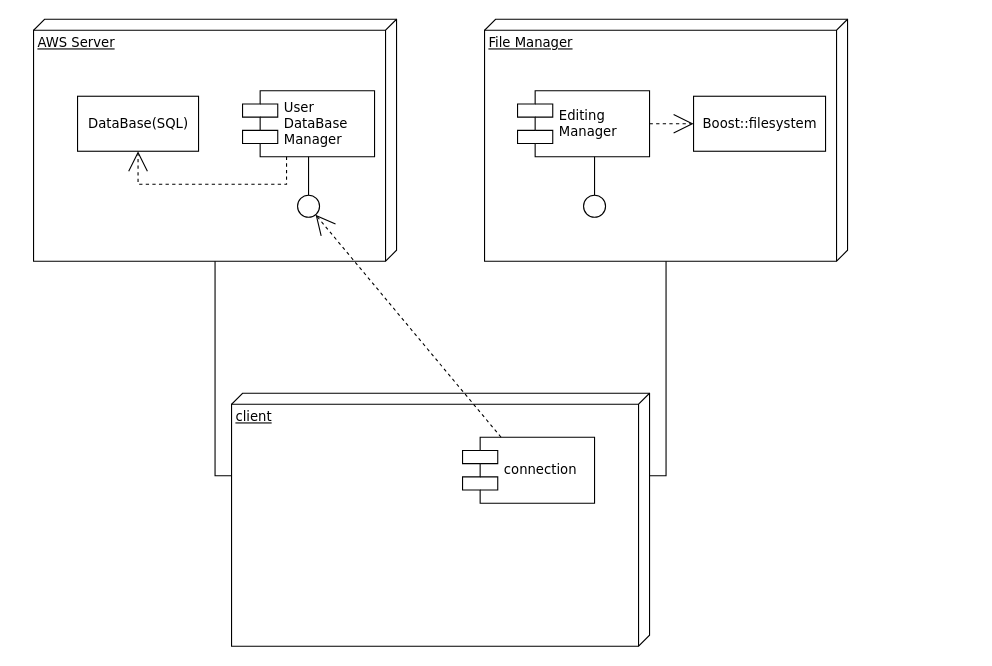
avnogy/netext keeps this draw.io diagram as modules.drawio. Above is the earlier version. Source tidied: cells renumbered, new cells numbered last; positions are measured from the earlier drawing's top-left corner, leaving out a move shared by most shapes. Both pictures are drawn from the tidied source at 110%, with x=0, y=0 at pixel (33, 19).
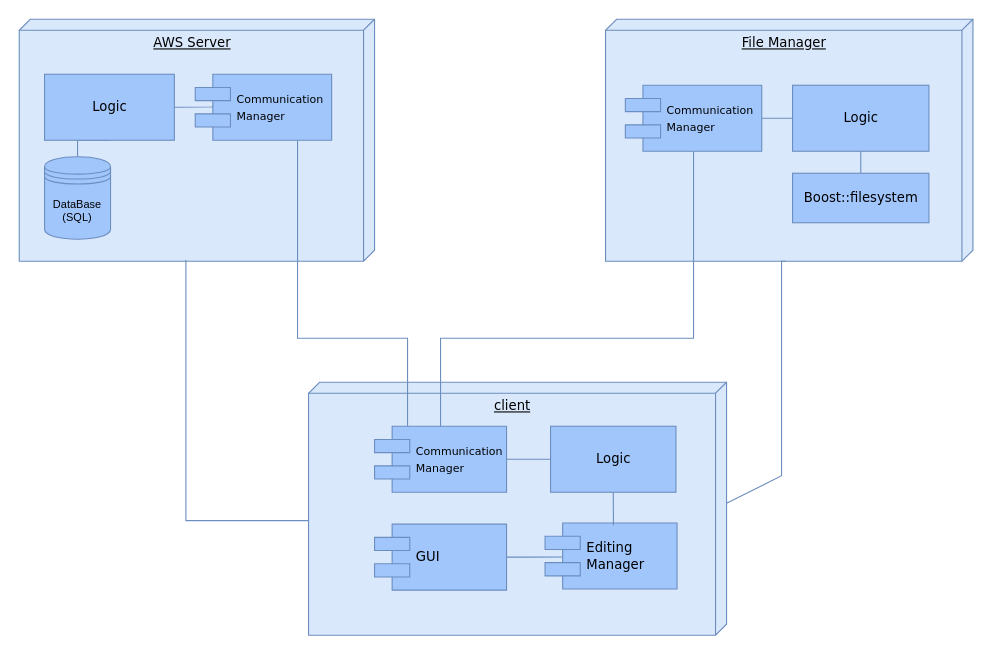
After the change.

What changed in the source:
```diff
@@
-    <mxCell id="2" value="AWS Server" style="verticalAlign=top;align=left;spacingTop=8;spacingLeft=2;spacingRight=12;shape=cube;size=10;direction=south;fontStyle=4;html=1;rounded=0;shadow=0;comic=0;labelBackgroundColor=none;strokeWidth=1;fontFamily=Verdana;fontSize=12;" parent="1" vertex="1">
-      <mxGeometry width="330" height="220" as="geometry" />
+    <mxCell id="2" value="AWS Server" style="verticalAlign=top;align=center;spacingTop=8;spacingLeft=2;spacingRight=12;shape=cube;size=10;direction=south;fontStyle=4;html=1;rounded=0;shadow=0;comic=0;labelBackgroundColor=none;strokeWidth=1;fontFamily=Verdana;fontSize=12;enumerate=0;backgroundOutline=0;fixDash=0;snapToPoint=1;fillColor=#dae8fc;strokeColor=#6c8ebf;" parent="1" vertex="1">
+      <mxGeometry x="-13" width="323" height="220" as="geometry" />
     </mxCell>
-    <mxCell id="3" value="File Manager" style="verticalAlign=top;align=left;spacingTop=8;spacingLeft=2;spacingRight=12;shape=cube;size=10;direction=south;fontStyle=4;html=1;rounded=0;shadow=0;comic=0;labelBackgroundColor=none;strokeWidth=1;fontFamily=Verdana;fontSize=12;" parent="1" vertex="1">
-      <mxGeometry x="410" width="330" height="220" as="geometry" />
+    <mxCell id="3" value="File Manager" style="verticalAlign=top;align=center;spacingTop=8;spacingLeft=2;spacingRight=12;shape=cube;size=10;direction=south;fontStyle=4;html=1;rounded=0;shadow=0;comic=0;labelBackgroundColor=none;strokeWidth=1;fontFamily=Verdana;fontSize=12;enumerate=0;backgroundOutline=0;fixDash=0;snapToPoint=1;fillColor=#dae8fc;strokeColor=#6c8ebf;" parent="1" vertex="1">
+      <mxGeometry x="520" width="334" height="220" as="geometry" />
     </mxCell>
+    <mxCell id="18" style="edgeStyle=orthogonalEdgeStyle;rounded=0;comic=0;jettySize=auto;html=1;entryX=0.995;entryY=0.531;entryDx=0;entryDy=0;entryPerimeter=0;fontSize=10;startArrow=none;startFill=0;endArrow=none;endFill=0;exitX=0.547;exitY=1;exitDx=0;exitDy=0;exitPerimeter=0;fillColor=#dae8fc;strokeColor=#6c8ebf;" parent="1" edge="1" source="4" target="2">
+      <mxGeometry relative="1" as="geometry" />
+    </mxCell>
-    <mxCell id="4" value="client" style="verticalAlign=top;align=left;spacingTop=8;spacingLeft=2;spacingRight=12;shape=cube;size=10;direction=south;fontStyle=4;html=1;rounded=0;shadow=0;comic=0;labelBackgroundColor=none;strokeWidth=1;fontFamily=Verdana;fontSize=12;" parent="1" vertex="1">
-      <mxGeometry x="180" y="340" width="380" height="230" as="geometry" />
+    <mxCell id="4" value="client" style="verticalAlign=top;align=center;spacingTop=8;spacingLeft=2;spacingRight=12;shape=cube;size=10;direction=south;fontStyle=4;html=1;rounded=0;shadow=0;comic=0;labelBackgroundColor=none;strokeWidth=1;fontFamily=Verdana;fontSize=12;enumerate=0;backgroundOutline=0;fixDash=0;snapToPoint=1;fillColor=#dae8fc;strokeColor=#6c8ebf;" parent="1" vertex="1">
+      <mxGeometry x="250" y="330" width="380" height="230" as="geometry" />
     </mxCell>
-    <mxCell id="5" value="DataBase(SQL)" style="html=1;rounded=0;shadow=0;comic=0;labelBackgroundColor=none;strokeWidth=1;fontFamily=Verdana;fontSize=12;align=center;" parent="1" vertex="1">
-      <mxGeometry x="40" y="70" width="110" height="50" as="geometry" />
-    </mxCell>
+    <mxCell id="19" style="edgeStyle=orthogonalEdgeStyle;rounded=0;comic=0;jettySize=auto;html=1;entryX=1;entryY=0.5;entryDx=0;entryDy=0;fontSize=10;startArrow=none;startFill=0;endArrow=none;endFill=0;exitX=0.121;exitY=0.489;exitDx=0;exitDy=0;fillColor=#dae8fc;strokeColor=#6c8ebf;exitPerimeter=0;" parent="1" edge="1" source="6" target="28">
+      <mxGeometry relative="1" as="geometry">
+        <Array as="points">
+          <mxPoint x="209" y="79" />
+        </Array>
+      </mxGeometry>
+    </mxCell>
-    <mxCell id="6" value="User &lt;br&gt;DataBase&lt;br&gt;Manager" style="shape=component;align=left;spacingLeft=36;rounded=0;shadow=0;comic=0;labelBackgroundColor=none;strokeWidth=1;fontFamily=Verdana;fontSize=12;html=1;" parent="1" vertex="1">
-      <mxGeometry x="190" y="65" width="120" height="60" as="geometry" />
+    <mxCell id="6" value="&lt;font style=&quot;font-size: 10px;&quot;&gt;Communication&lt;br&gt;Manager&lt;/font&gt;" style="shape=component;align=left;spacingLeft=36;rounded=0;shadow=0;comic=0;labelBackgroundColor=none;strokeWidth=1;fontFamily=Verdana;fontSize=12;html=1;enumerate=0;backgroundOutline=0;fixDash=0;snapToPoint=1;fillColor=#A1C6FC;strokeColor=#6c8ebf;" parent="1" vertex="1">
+      <mxGeometry x="147" y="50" width="124" height="60" as="geometry" />
     </mxCell>
-    <mxCell id="7" style="ellipse;whiteSpace=wrap;html=1;rounded=0;shadow=0;comic=0;labelBackgroundColor=none;strokeWidth=1;fontFamily=Verdana;fontSize=12;align=center;" parent="1" vertex="1">
-      <mxGeometry x="240" y="160" width="20" height="20" as="geometry" />
-    </mxCell>
+    <mxCell id="20" style="edgeStyle=orthogonalEdgeStyle;rounded=1;comic=0;jettySize=auto;html=1;entryX=0;entryY=0.5;entryDx=0;entryDy=0;fontSize=10;startArrow=none;startFill=0;endArrow=none;endFill=0;fillColor=#dae8fc;strokeColor=#6c8ebf;" parent="1" edge="1" source="8" target="31">
+      <mxGeometry relative="1" as="geometry" />
+    </mxCell>
-    <mxCell id="8" value="Editing &lt;br&gt;Manager" style="shape=component;align=left;spacingLeft=36;rounded=0;shadow=0;comic=0;labelBackgroundColor=none;strokeWidth=1;fontFamily=Verdana;fontSize=12;html=1;" parent="1" vertex="1">
-      <mxGeometry x="440" y="65" width="120" height="60" as="geometry" />
+    <mxCell id="8" value="&lt;span style=&quot;font-size: 10px;&quot;&gt;Communication&lt;/span&gt;&lt;br style=&quot;font-size: 10px;&quot;&gt;&lt;span style=&quot;font-size: 10px;&quot;&gt;Manager&lt;/span&gt;" style="shape=component;align=left;spacingLeft=36;rounded=0;shadow=0;comic=0;labelBackgroundColor=none;strokeWidth=1;fontFamily=Verdana;fontSize=12;html=1;enumerate=0;backgroundOutline=0;fixDash=0;snapToPoint=1;fillColor=#A1C6FC;strokeColor=#6c8ebf;" parent="1" vertex="1">
+      <mxGeometry x="538" y="60" width="124" height="60" as="geometry" />
     </mxCell>
+    <mxCell id="21" style="edgeStyle=orthogonalEdgeStyle;rounded=0;comic=0;jettySize=auto;html=1;entryX=0.5;entryY=1;entryDx=0;entryDy=0;fontSize=10;startArrow=none;startFill=0;endArrow=none;endFill=0;fillColor=#dae8fc;strokeColor=#6c8ebf;" parent="1" edge="1" source="9" target="31">
+      <mxGeometry relative="1" as="geometry" />
+    </mxCell>
-    <mxCell id="9" value="Boost::filesystem" style="html=1;rounded=0;shadow=0;comic=0;labelBackgroundColor=none;strokeWidth=1;fontFamily=Verdana;fontSize=12;align=center;" parent="1" vertex="1">
-      <mxGeometry x="600" y="70" width="120" height="50" as="geometry" />
+    <mxCell id="9" value="Boost::filesystem" style="html=1;rounded=0;shadow=0;comic=0;labelBackgroundColor=none;strokeWidth=1;fontFamily=Verdana;fontSize=12;align=center;enumerate=0;backgroundOutline=0;fixDash=0;snapToPoint=1;fillColor=#A1C6FC;strokeColor=#6c8ebf;" parent="1" vertex="1">
+      <mxGeometry x="690" y="140" width="124" height="45" as="geometry" />
     </mxCell>
-    <mxCell id="10" style="ellipse;whiteSpace=wrap;html=1;rounded=0;shadow=0;comic=0;labelBackgroundColor=none;strokeWidth=1;fontFamily=Verdana;fontSize=12;align=center;" parent="1" vertex="1">
-      <mxGeometry x="500" y="160" width="20" height="20" as="geometry" />
-    </mxCell>
+    <mxCell id="22" style="edgeStyle=orthogonalEdgeStyle;rounded=0;comic=0;jettySize=auto;html=1;entryX=0;entryY=0.5;entryDx=0;entryDy=0;fontSize=10;startArrow=none;startFill=0;endArrow=none;endFill=0;fillColor=#dae8fc;strokeColor=#6c8ebf;" parent="1" edge="1" source="11" target="30">
+      <mxGeometry relative="1" as="geometry" />
+    </mxCell>
-    <mxCell id="11" value="connection" style="shape=component;align=left;spacingLeft=36;rounded=0;shadow=0;comic=0;labelBackgroundColor=none;strokeWidth=1;fontFamily=Verdana;fontSize=12;html=1;" parent="1" vertex="1">
-      <mxGeometry x="390" y="380" width="120" height="60" as="geometry" />
+    <mxCell id="11" value="&lt;span style=&quot;font-size: 10px;&quot;&gt;Communication&lt;/span&gt;&lt;br style=&quot;font-size: 10px;&quot;&gt;&lt;span style=&quot;font-size: 10px;&quot;&gt;Manager&lt;/span&gt;" style="shape=component;align=left;spacingLeft=36;rounded=0;shadow=0;comic=0;labelBackgroundColor=none;strokeWidth=1;fontFamily=Verdana;fontSize=12;html=1;enumerate=0;backgroundOutline=0;fixDash=0;snapToPoint=1;fillColor=#A1C6FC;strokeColor=#6c8ebf;" parent="1" vertex="1">
+      <mxGeometry x="310" y="370" width="120" height="60" as="geometry" />
     </mxCell>
-    <mxCell id="12" style="edgeStyle=none;rounded=0;html=1;dashed=1;labelBackgroundColor=none;startArrow=none;startFill=0;startSize=8;endArrow=open;endFill=0;endSize=16;fontFamily=Verdana;fontSize=12;" parent="1" edge="1" source="11" target="7">
-      <mxGeometry relative="1" as="geometry" />
+    <mxCell id="12" style="edgeStyle=none;rounded=0;html=1;labelBackgroundColor=none;startArrow=none;startFill=0;startSize=8;endArrow=none;endFill=0;endSize=16;fontFamily=Verdana;fontSize=12;entryX=0.75;entryY=1;entryDx=0;entryDy=0;comic=0;enumerate=0;backgroundOutline=0;fixDash=0;snapToPoint=1;exitX=0.25;exitY=0;exitDx=0;exitDy=0;fillColor=#dae8fc;strokeColor=#6c8ebf;" parent="1" edge="1" source="11" target="6">
+      <mxGeometry relative="1" as="geometry">
+        <Array as="points">
+          <mxPoint x="340" y="290" />
+          <mxPoint x="240" y="290" />
+        </Array>
+      </mxGeometry>
     </mxCell>
-    <mxCell id="13" style="edgeStyle=elbowEdgeStyle;rounded=0;html=1;labelBackgroundColor=none;startArrow=none;startFill=0;startSize=8;endArrow=none;endFill=0;endSize=16;fontFamily=Verdana;fontSize=12;" parent="1" edge="1" source="10" target="8">
-      <mxGeometry relative="1" as="geometry" />
-    </mxCell>
-    <mxCell id="14" style="edgeStyle=elbowEdgeStyle;rounded=0;html=1;labelBackgroundColor=none;startArrow=none;startFill=0;startSize=8;endArrow=none;endFill=0;endSize=16;fontFamily=Verdana;fontSize=12;" parent="1" edge="1" source="7" target="6">
-      <mxGeometry relative="1" as="geometry" />
-    </mxCell>
-    <mxCell id="15" style="edgeStyle=orthogonalEdgeStyle;rounded=0;html=1;labelBackgroundColor=none;startArrow=none;startFill=0;startSize=8;endArrow=open;endFill=0;endSize=16;fontFamily=Verdana;fontSize=12;dashed=1;" parent="1" edge="1" source="6" target="5">
-      <mxGeometry relative="1" as="geometry">
-        <Array as="points">
-          <mxPoint x="230" y="150" />
-          <mxPoint x="95" y="150" />
-        </Array>
-      </mxGeometry>
-    </mxCell>
-    <mxCell id="16" style="edgeStyle=orthogonalEdgeStyle;rounded=0;html=1;dashed=1;labelBackgroundColor=none;startArrow=none;startFill=0;startSize=8;endArrow=open;endFill=0;endSize=16;fontFamily=Verdana;fontSize=12;" parent="1" edge="1" source="8" target="9">
-      <mxGeometry relative="1" as="geometry" />
-    </mxCell>
-    <mxCell id="17" style="edgeStyle=orthogonalEdgeStyle;rounded=0;html=1;labelBackgroundColor=none;startArrow=none;startFill=0;startSize=8;endArrow=none;endFill=0;endSize=16;fontFamily=Verdana;fontSize=12;" parent="1" edge="1" source="4" target="3">
+    <mxCell id="17" style="edgeStyle=orthogonalEdgeStyle;rounded=0;html=1;labelBackgroundColor=none;startArrow=none;startFill=0;startSize=8;endArrow=none;endFill=0;endSize=16;fontFamily=Verdana;fontSize=12;entryX=0;entryY=0;entryDx=220;entryDy=170;entryPerimeter=0;comic=0;enumerate=0;backgroundOutline=0;fixDash=0;snapToPoint=1;fillColor=#dae8fc;strokeColor=#6c8ebf;" parent="1" edge="1" source="4" target="3">
       <mxGeometry relative="1" as="geometry">
         <Array as="points">
-          <mxPoint x="575" y="415" />
+          <mxPoint x="680" y="415" />
         </Array>
       </mxGeometry>
     </mxCell>
-    <mxCell id="18" style="edgeStyle=orthogonalEdgeStyle;rounded=0;html=1;labelBackgroundColor=none;startArrow=none;startFill=0;startSize=8;endArrow=none;endFill=0;endSize=16;fontFamily=Verdana;fontSize=12;" parent="1" edge="1" source="4" target="2">
-      <mxGeometry relative="1" as="geometry">
-        <Array as="points">
-          <mxPoint x="165" y="415" />
-        </Array>
-      </mxGeometry>
-    </mxCell>
+    <mxCell id="23" style="edgeStyle=orthogonalEdgeStyle;rounded=0;jettySize=auto;html=1;entryX=0.141;entryY=0.514;entryDx=0;entryDy=0;entryPerimeter=0;endArrow=none;endFill=0;fillColor=#dae8fc;strokeColor=#6c8ebf;" parent="1" edge="1" source="24" target="25">
+      <mxGeometry relative="1" as="geometry" />
+    </mxCell>
+    <mxCell id="24" value="GUI" style="shape=component;align=left;spacingLeft=36;rounded=0;shadow=0;comic=0;labelBackgroundColor=none;strokeWidth=1;fontFamily=Verdana;fontSize=12;html=1;enumerate=0;backgroundOutline=0;fixDash=0;snapToPoint=1;fillColor=#A1C6FC;strokeColor=#6c8ebf;" parent="1" vertex="1">
+      <mxGeometry x="310" y="459" width="120" height="60" as="geometry" />
+    </mxCell>
+    <mxCell id="25" value="Editing&lt;br&gt;Manager" style="shape=component;align=left;spacingLeft=36;rounded=0;shadow=0;comic=0;labelBackgroundColor=none;strokeWidth=1;fontFamily=Verdana;fontSize=12;html=1;enumerate=0;backgroundOutline=0;fixDash=0;snapToPoint=1;fillColor=#A1C6FC;strokeColor=#6c8ebf;" parent="1" vertex="1">
+      <mxGeometry x="465" y="458" width="120" height="60" as="geometry" />
+    </mxCell>
+    <mxCell id="26" style="edgeStyle=none;rounded=0;html=1;labelBackgroundColor=none;startArrow=none;startFill=0;startSize=8;endArrow=none;endFill=0;endSize=16;fontFamily=Verdana;fontSize=12;exitX=0.5;exitY=0;exitDx=0;exitDy=0;entryX=0.5;entryY=1;entryDx=0;entryDy=0;comic=0;enumerate=0;backgroundOutline=0;fixDash=0;snapToPoint=1;fillColor=#dae8fc;strokeColor=#6c8ebf;" parent="1" edge="1" source="11" target="8">
+      <mxGeometry relative="1" as="geometry">
+        <Array as="points">
+          <mxPoint x="370" y="290" />
+          <mxPoint x="600" y="290" />
+        </Array>
+      </mxGeometry>
+    </mxCell>
+    <mxCell id="27" style="edgeStyle=orthogonalEdgeStyle;rounded=0;comic=0;jettySize=auto;html=1;entryX=0.5;entryY=0;entryDx=0;entryDy=0;fontSize=10;startArrow=none;startFill=0;endArrow=none;endFill=0;exitX=0.5;exitY=1;exitDx=0;exitDy=0;fillColor=#dae8fc;strokeColor=#6c8ebf;" parent="1" edge="1" source="28" target="32">
+      <mxGeometry relative="1" as="geometry" />
+    </mxCell>
+    <mxCell id="28" value="Logic" style="html=1;rounded=0;shadow=0;comic=0;labelBackgroundColor=none;strokeWidth=1;fontFamily=Verdana;fontSize=12;align=center;enumerate=0;backgroundOutline=0;fixDash=0;snapToPoint=1;fillColor=#A1C6FC;strokeColor=#6c8ebf;" parent="1" vertex="1">
+      <mxGeometry x="10" y="50" width="118" height="60" as="geometry" />
+    </mxCell>
+    <mxCell id="29" style="edgeStyle=orthogonalEdgeStyle;rounded=0;jettySize=auto;html=1;entryX=0.518;entryY=-0.006;entryDx=0;entryDy=0;startArrow=none;startFill=0;endArrow=none;endFill=0;comic=0;enumerate=0;backgroundOutline=0;fixDash=0;snapToPoint=1;entryPerimeter=0;fillColor=#dae8fc;strokeColor=#6c8ebf;" parent="1" edge="1" source="30" target="25">
+      <mxGeometry relative="1" as="geometry">
+        <Array as="points">
+          <mxPoint x="527" y="460" />
+        </Array>
+      </mxGeometry>
+    </mxCell>
+    <mxCell id="30" value="Logic" style="html=1;rounded=0;shadow=0;comic=0;labelBackgroundColor=none;strokeWidth=1;fontFamily=Verdana;fontSize=12;align=center;enumerate=0;backgroundOutline=0;fixDash=0;snapToPoint=1;fillColor=#A1C6FC;strokeColor=#6c8ebf;" parent="1" vertex="1">
+      <mxGeometry x="470" y="370" width="114" height="60" as="geometry" />
+    </mxCell>
+    <mxCell id="31" value="Logic" style="html=1;rounded=0;shadow=0;comic=0;labelBackgroundColor=none;strokeWidth=1;fontFamily=Verdana;fontSize=12;align=center;enumerate=0;backgroundOutline=0;fixDash=0;snapToPoint=1;fillColor=#A1C6FC;strokeColor=#6c8ebf;" parent="1" vertex="1">
+      <mxGeometry x="690" y="60" width="124" height="60" as="geometry" />
+    </mxCell>
+    <mxCell id="32" value="DataBase&lt;br&gt;(SQL)" style="shape=datastore;whiteSpace=wrap;html=1;fontSize=10;fillColor=#A1C6FC;strokeColor=#6c8ebf;" parent="1" vertex="1">
+      <mxGeometry x="10" y="125" width="60" height="75" as="geometry" />
+    </mxCell>
```
